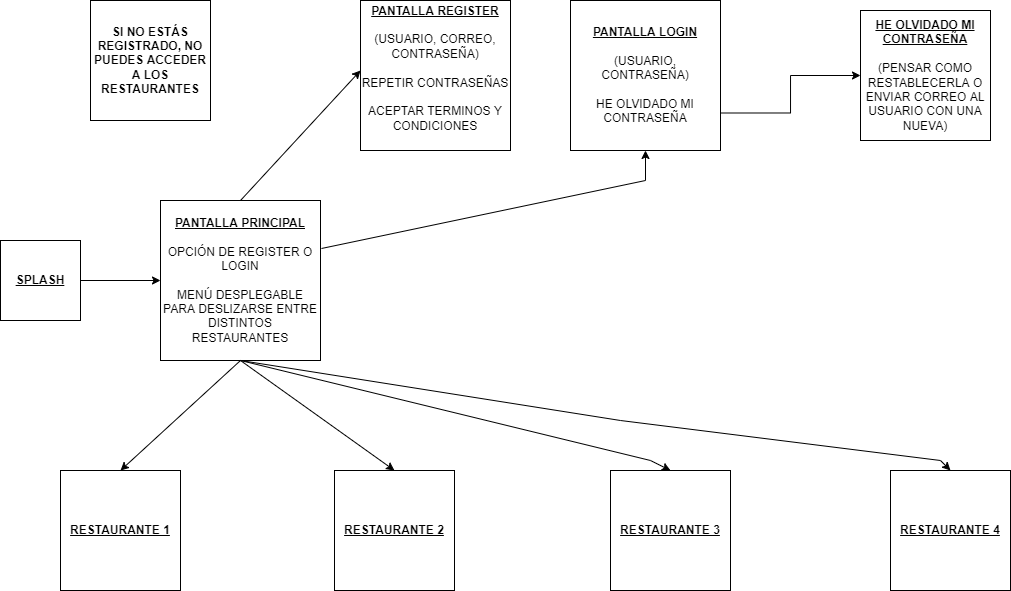
angelcriber99/jerou keeps this draw.io diagram as Diagrama sin título.drawio.png. Above is the earlier version. Source tidied: cells renumbered, new cells last; positions are measured from the earlier drawing's top-left corner, leaving out a move shared by most shapes.
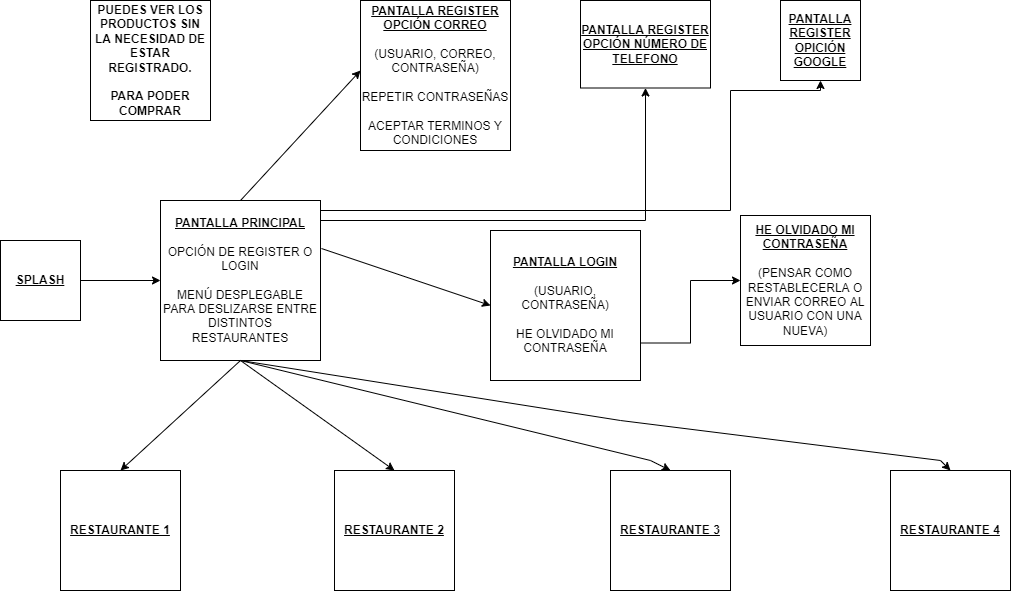
After the commit.

What changed in the source:
```diff
@@ -8,17 +8,35 @@
     <mxCell id="3" value="&lt;b&gt;&lt;u&gt;SPLASH&lt;/u&gt;&lt;/b&gt;" style="whiteSpace=wrap;html=1;" parent="1" vertex="1">
       <mxGeometry y="240" width="80" height="80" as="geometry" />
     </mxCell>
+    <mxCell id="20" style="edgeStyle=orthogonalEdgeStyle;rounded=0;jettySize=auto;html=1;exitX=1;exitY=0.25;exitDx=0;exitDy=0;entryX=0.5;entryY=1;entryDx=0;entryDy=0;" parent="1" edge="1" source="4" target="22">
+      <mxGeometry relative="1" as="geometry">
+        <Array as="points">
+          <mxPoint x="320" y="220" />
+          <mxPoint x="645" y="220" />
+        </Array>
+      </mxGeometry>
+    </mxCell>
+    <mxCell id="21" style="edgeStyle=orthogonalEdgeStyle;rounded=0;jettySize=auto;html=1;exitX=1;exitY=0.25;exitDx=0;exitDy=0;entryX=0.5;entryY=1;entryDx=0;entryDy=0;" parent="1" edge="1" source="4" target="23">
+      <mxGeometry relative="1" as="geometry">
+        <Array as="points">
+          <mxPoint x="320" y="210" />
+          <mxPoint x="730" y="210" />
+          <mxPoint x="730" y="90" />
+          <mxPoint x="820" y="90" />
+        </Array>
+      </mxGeometry>
+    </mxCell>
     <mxCell id="4" value="&lt;b&gt;&lt;u&gt;PANTALLA PRINCIPAL&lt;/u&gt;&lt;/b&gt;&lt;br&gt;&lt;br&gt;OPCIÓN DE REGISTER O LOGIN&lt;br&gt;&lt;br&gt;MENÚ DESPLEGABLE PARA DESLIZARSE ENTRE DISTINTOS RESTAURANTES" style="whiteSpace=wrap;html=1;" parent="1" vertex="1">
       <mxGeometry x="160" y="200" width="160" height="160" as="geometry" />
     </mxCell>
-    <mxCell id="5" value="&lt;b&gt;&lt;u&gt;PANTALLA REGISTER&lt;/u&gt;&lt;/b&gt;&lt;br&gt;&lt;br&gt;(USUARIO, CORREO, CONTRASEÑA)&lt;br&gt;&lt;br&gt;REPETIR CONTRASEÑAS&lt;br&gt;&lt;br&gt;ACEPTAR TERMINOS Y CONDICIONES&lt;br&gt;&lt;br&gt;" style="whiteSpace=wrap;html=1;" parent="1" vertex="1">
+    <mxCell id="5" value="&lt;b&gt;&lt;u&gt;PANTALLA REGISTER&lt;/u&gt;&lt;/b&gt;&lt;br&gt;&lt;b&gt;&lt;u&gt;OPCIÓN CORREO&lt;br&gt;&lt;/u&gt;&lt;/b&gt;&lt;br&gt;(USUARIO, CORREO, CONTRASEÑA)&lt;br&gt;&lt;br&gt;REPETIR CONTRASEÑAS&lt;br&gt;&lt;br&gt;ACEPTAR TERMINOS Y CONDICIONES" style="whiteSpace=wrap;html=1;" parent="1" vertex="1">
       <mxGeometry x="360" width="150" height="150" as="geometry" />
     </mxCell>
     <mxCell id="6" style="edgeStyle=orthogonalEdgeStyle;rounded=0;jettySize=auto;html=1;exitX=1;exitY=0.75;exitDx=0;exitDy=0;entryX=0;entryY=0.5;entryDx=0;entryDy=0;" parent="1" edge="1" source="7" target="18">
       <mxGeometry relative="1" as="geometry" />
     </mxCell>
     <mxCell id="7" value="&lt;b&gt;&lt;u&gt;PANTALLA LOGIN&lt;/u&gt;&lt;/b&gt;&lt;br&gt;&lt;br&gt;(USUARIO, CONTRASEÑA)&lt;br&gt;&lt;br&gt;HE OLVIDADO MI CONTRASEÑA" style="whiteSpace=wrap;html=1;" parent="1" vertex="1">
-      <mxGeometry x="570" width="150" height="150" as="geometry" />
+      <mxGeometry x="490" y="230" width="150" height="150" as="geometry" />
     </mxCell>
     <mxCell id="8" value="&lt;b&gt;&lt;u&gt;RESTAURANTE 1&lt;/u&gt;&lt;/b&gt;" style="whiteSpace=wrap;html=1;" parent="1" vertex="1">
       <mxGeometry x="60" y="470" width="120" height="120" as="geometry" />
@@ -26,12 +44,8 @@
     <mxCell id="9" value="&lt;b&gt;&lt;u&gt;RESTAURANTE 2&lt;/u&gt;&lt;/b&gt;" style="whiteSpace=wrap;html=1;" parent="1" vertex="1">
       <mxGeometry x="334" y="470" width="120" height="120" as="geometry" />
     </mxCell>
-    <mxCell id="10" style="endArrow=classic;html=1;rounded=0;exitX=1.006;exitY=0.3;exitDx=0;exitDy=0;exitPerimeter=0;entryX=0.5;entryY=1;entryDx=0;entryDy=0;" parent="1" edge="1" source="4" target="7">
-      <mxGeometry relative="1" as="geometry">
-        <Array as="points">
-          <mxPoint x="645" y="180" />
-        </Array>
-      </mxGeometry>
+    <mxCell id="10" style="endArrow=classic;html=1;rounded=0;exitX=1.006;exitY=0.3;exitDx=0;exitDy=0;exitPerimeter=0;entryX=0;entryY=0.5;entryDx=0;entryDy=0;" parent="1" edge="1" source="4" target="7">
+      <mxGeometry relative="1" as="geometry" />
     </mxCell>
     <mxCell id="11" style="endArrow=classic;html=1;rounded=0;exitX=0.5;exitY=0;exitDx=0;exitDy=0;" parent="1" edge="1" source="4">
       <mxGeometry relative="1" as="geometry">
@@ -66,10 +80,16 @@
       </mxGeometry>
     </mxCell>
     <mxCell id="18" value="&lt;b&gt;&lt;u&gt;HE OLVIDADO MI CONTRASEÑA&lt;/u&gt;&lt;/b&gt;&lt;br&gt;&lt;br&gt;(PENSAR COMO RESTABLECERLA O ENVIAR CORREO AL USUARIO CON UNA NUEVA)" style="whiteSpace=wrap;html=1;" parent="1" vertex="1">
-      <mxGeometry x="860" y="10" width="130" height="130" as="geometry" />
+      <mxGeometry x="740" y="215" width="130" height="130" as="geometry" />
     </mxCell>
-    <mxCell id="19" value="&lt;b&gt;SI NO ESTÁS REGISTRADO, NO PUEDES ACCEDER A LOS RESTAURANTES&lt;/b&gt;" style="whiteSpace=wrap;html=1;" parent="1" vertex="1">
+    <mxCell id="19" value="&lt;b&gt;PUEDES VER LOS PRODUCTOS SIN LA NECESIDAD DE ESTAR REGISTRADO.&lt;br&gt;&lt;br&gt;PARA PODER COMPRAR&lt;br&gt;&lt;/b&gt;" style="whiteSpace=wrap;html=1;" parent="1" vertex="1">
       <mxGeometry x="90" width="120" height="120" as="geometry" />
     </mxCell>
+    <mxCell id="22" value="&lt;b&gt;&lt;u&gt;PANTALLA REGISTER&lt;br&gt;OPCIÓN NÚMERO DE TELEFONO&lt;/u&gt;&lt;/b&gt;" style="whiteSpace=wrap;html=1;" parent="1" vertex="1">
+      <mxGeometry x="580" width="130" height="87.5" as="geometry" />
+    </mxCell>
+    <mxCell id="23" value="&lt;b&gt;&lt;u&gt;PANTALLA REGISTER&lt;br&gt;OPICIÓN GOOGLE&lt;/u&gt;&lt;/b&gt;" style="whiteSpace=wrap;html=1;" parent="1" vertex="1">
+      <mxGeometry x="780" width="80" height="80" as="geometry" />
+    </mxCell>
   </root>
 </mxGraphModel>
```
